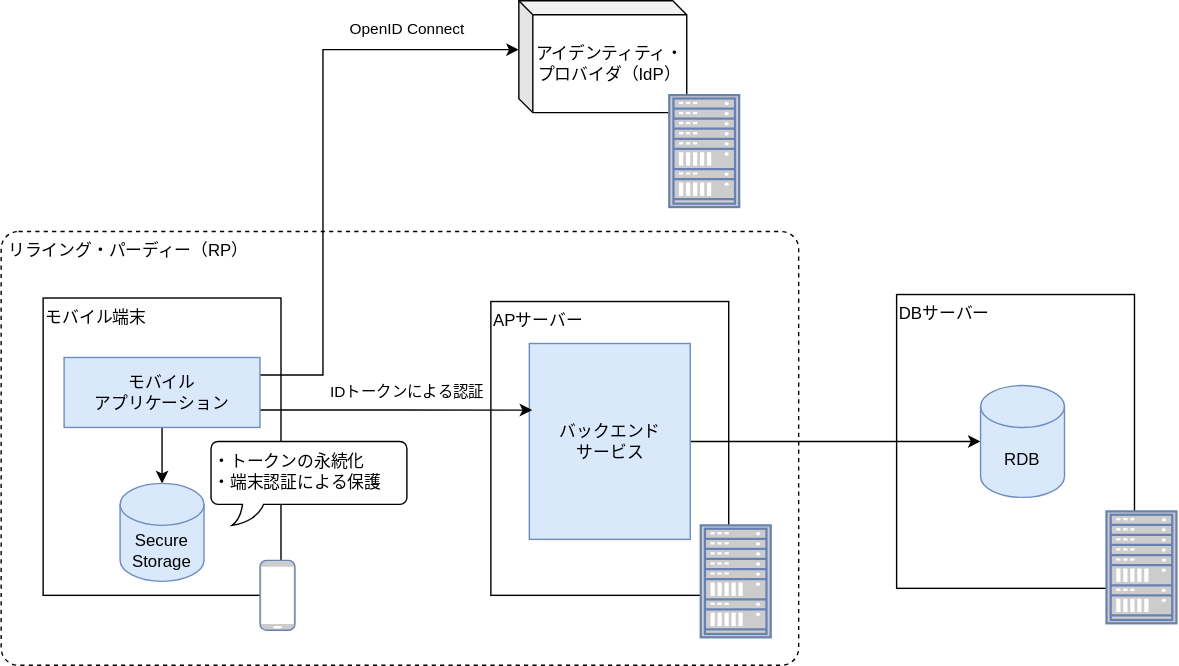
Earlier version of the draw.io export docs/reference/auth/authn-with-backend-using-OIDC-and-device-authn-architecture.svg (ws-4020/mobile-app-crib-notes). Source tidied: cells renumbered, new cells last; positions are measured from the earlier drawing's top-left corner, leaving out a move shared by most shapes. Source of this version:
```xml
<mxGraphModel background="#ffffff">
  <root>
    <mxCell id="0" />
    <mxCell id="1" parent="0" />
    <mxCell id="2" value="&lt;span&gt;&amp;nbsp;リライング・パーディー（RP）&lt;/span&gt;" style="rounded=1;whiteSpace=wrap;html=1;dashed=1;align=left;verticalAlign=top;arcSize=4;" parent="1" vertex="1">
      <mxGeometry y="165" width="570" height="310" as="geometry" />
    </mxCell>
    <mxCell id="3" value="モバイル端末" style="rounded=0;whiteSpace=wrap;html=1;align=left;verticalAlign=top;" parent="1" vertex="1">
      <mxGeometry x="30" y="212.5" width="170" height="212.5" as="geometry" />
    </mxCell>
    <mxCell id="4" value="DBサーバー" style="rounded=0;whiteSpace=wrap;html=1;align=left;verticalAlign=top;" parent="1" vertex="1">
      <mxGeometry x="640" y="210" width="170" height="210" as="geometry" />
    </mxCell>
    <mxCell id="5" value="APサーバー" style="rounded=0;whiteSpace=wrap;html=1;align=left;verticalAlign=top;" parent="1" vertex="1">
      <mxGeometry x="350" y="215" width="170" height="210" as="geometry" />
    </mxCell>
    <mxCell id="6" style="edgeStyle=orthogonalEdgeStyle;rounded=0;jettySize=auto;html=1;entryX=0;entryY=0.5;entryDx=0;entryDy=0;entryPerimeter=0;" parent="1" edge="1" source="7" target="8">
      <mxGeometry relative="1" as="geometry" />
    </mxCell>
    <mxCell id="7" value="バックエンド&lt;br&gt;サービス" style="rounded=0;whiteSpace=wrap;html=1;fillColor=#dae8fc;strokeColor=#6c8ebf;" parent="1" vertex="1">
      <mxGeometry x="377.5" y="245" width="115" height="140" as="geometry" />
    </mxCell>
    <mxCell id="8" value="RDB" style="shape=cylinder3;whiteSpace=wrap;html=1;boundedLbl=1;backgroundOutline=1;size=15;align=center;fillColor=#dae8fc;strokeColor=#6c8ebf;" parent="1" vertex="1">
      <mxGeometry x="700" y="275" width="60" height="80" as="geometry" />
    </mxCell>
    <mxCell id="9" style="fontColor=#0066CC;verticalAlign=top;verticalLabelPosition=bottom;labelPosition=center;align=center;html=1;fillColor=#CCCCCC;strokeColor=#6881B3;gradientColor=none;gradientDirection=north;strokeWidth=2;shape=mxgraph.networks.rack;" parent="1" vertex="1">
      <mxGeometry x="790" y="365" width="50" height="80" as="geometry" />
    </mxCell>
    <mxCell id="10" style="edgeStyle=orthogonalEdgeStyle;rounded=0;jettySize=auto;html=1;entryX=0.018;entryY=0.34;entryDx=0;entryDy=0;exitX=1;exitY=0.75;exitDx=0;exitDy=0;entryPerimeter=0;" parent="1" edge="1" source="15" target="7">
      <mxGeometry relative="1" as="geometry" />
    </mxCell>
    <mxCell id="11" value="IDトークンによる認証" style="edgeLabel;html=1;align=center;verticalAlign=middle;" parent="10" vertex="1">
      <mxGeometry x="0.23" y="6" relative="1" as="geometry">
        <mxPoint x="-15.7" y="-6.7" as="offset" />
      </mxGeometry>
    </mxCell>
    <mxCell id="12" style="edgeStyle=orthogonalEdgeStyle;rounded=0;jettySize=auto;html=1;entryX=0;entryY=0;entryDx=0;entryDy=35;entryPerimeter=0;exitX=1;exitY=0.25;exitDx=0;exitDy=0;" parent="1" edge="1" source="15" target="16">
      <mxGeometry relative="1" as="geometry">
        <Array as="points">
          <mxPoint x="230" y="268" />
          <mxPoint x="230" y="35" />
        </Array>
      </mxGeometry>
    </mxCell>
    <mxCell id="13" value="OpenID Connect" style="edgeLabel;html=1;align=center;verticalAlign=middle;" parent="12" vertex="1">
      <mxGeometry x="0.29" y="-4" relative="1" as="geometry">
        <mxPoint x="56" y="-23.5" as="offset" />
      </mxGeometry>
    </mxCell>
    <mxCell id="14" style="edgeStyle=orthogonalEdgeStyle;rounded=0;jettySize=auto;html=1;" parent="1" edge="1" source="15" target="20">
      <mxGeometry relative="1" as="geometry" />
    </mxCell>
    <mxCell id="15" value="モバイル&lt;br&gt;アプリケーション" style="rounded=0;whiteSpace=wrap;html=1;fillColor=#dae8fc;strokeColor=#6c8ebf;" parent="1" vertex="1">
      <mxGeometry x="45" y="255" width="140" height="50" as="geometry" />
    </mxCell>
    <mxCell id="16" value="&lt;span&gt;アイデンティティ・プロバイダ（IdP）&lt;/span&gt;" style="shape=cube;whiteSpace=wrap;html=1;boundedLbl=1;backgroundOutline=1;darkOpacity=0.05;darkOpacity2=0.1;size=10;" parent="1" vertex="1">
      <mxGeometry x="370" width="120" height="80" as="geometry" />
    </mxCell>
    <mxCell id="17" style="fontColor=#0066CC;verticalAlign=top;verticalLabelPosition=bottom;labelPosition=center;align=center;html=1;fillColor=#CCCCCC;strokeColor=#6881B3;gradientColor=none;gradientDirection=north;strokeWidth=2;shape=mxgraph.networks.rack;" parent="1" vertex="1">
      <mxGeometry x="500" y="375" width="50" height="80" as="geometry" />
    </mxCell>
    <mxCell id="18" style="fontColor=#0066CC;verticalAlign=top;verticalLabelPosition=bottom;labelPosition=center;align=center;html=1;fillColor=#CCCCCC;strokeColor=#6881B3;gradientColor=none;gradientDirection=north;strokeWidth=2;shape=mxgraph.networks.rack;" parent="1" vertex="1">
      <mxGeometry x="477.5" y="67.5" width="50" height="80" as="geometry" />
    </mxCell>
    <mxCell id="19" style="fontColor=#0066CC;verticalAlign=top;verticalLabelPosition=bottom;labelPosition=center;align=center;html=1;fillColor=#CCCCCC;strokeColor=#6881B3;gradientColor=none;gradientDirection=north;strokeWidth=2;shape=mxgraph.networks.mobile;" parent="1" vertex="1">
      <mxGeometry x="185" y="400" width="25" height="50" as="geometry" />
    </mxCell>
    <mxCell id="20" value="Secure&lt;br&gt;Storage" style="shape=cylinder3;whiteSpace=wrap;html=1;boundedLbl=1;backgroundOutline=1;size=15;align=center;fillColor=#dae8fc;strokeColor=#6c8ebf;" parent="1" vertex="1">
      <mxGeometry x="85" y="345" width="60" height="70" as="geometry" />
    </mxCell>
    <mxCell id="21" value="・トークンの永続化&lt;br&gt;・端末認証による保護" style="whiteSpace=wrap;html=1;shape=mxgraph.basic.roundRectCallout;dx=30;dy=15;size=5;boundedLbl=1;align=left;" parent="1" vertex="1">
      <mxGeometry x="150" y="315" width="140" height="60" as="geometry" />
    </mxCell>
  </root>
</mxGraphModel>
```
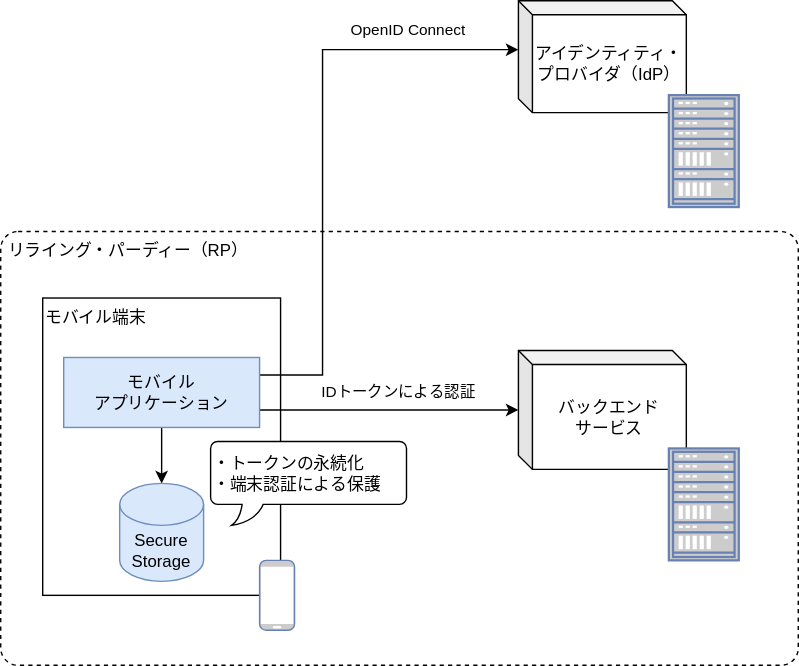
The same diagram one commit later.

The edit, as a diff of the source:
```diff
@@ -8,25 +8,7 @@
     <mxCell id="3" value="モバイル端末" style="rounded=0;whiteSpace=wrap;html=1;align=left;verticalAlign=top;" parent="1" vertex="1">
       <mxGeometry x="30" y="212.5" width="170" height="212.5" as="geometry" />
     </mxCell>
-    <mxCell id="4" value="DBサーバー" style="rounded=0;whiteSpace=wrap;html=1;align=left;verticalAlign=top;" parent="1" vertex="1">
-      <mxGeometry x="640" y="210" width="170" height="210" as="geometry" />
-    </mxCell>
-    <mxCell id="5" value="APサーバー" style="rounded=0;whiteSpace=wrap;html=1;align=left;verticalAlign=top;" parent="1" vertex="1">
-      <mxGeometry x="350" y="215" width="170" height="210" as="geometry" />
-    </mxCell>
-    <mxCell id="6" style="edgeStyle=orthogonalEdgeStyle;rounded=0;jettySize=auto;html=1;entryX=0;entryY=0.5;entryDx=0;entryDy=0;entryPerimeter=0;" parent="1" edge="1" source="7" target="8">
-      <mxGeometry relative="1" as="geometry" />
-    </mxCell>
-    <mxCell id="7" value="バックエンド&lt;br&gt;サービス" style="rounded=0;whiteSpace=wrap;html=1;fillColor=#dae8fc;strokeColor=#6c8ebf;" parent="1" vertex="1">
-      <mxGeometry x="377.5" y="245" width="115" height="140" as="geometry" />
-    </mxCell>
-    <mxCell id="8" value="RDB" style="shape=cylinder3;whiteSpace=wrap;html=1;boundedLbl=1;backgroundOutline=1;size=15;align=center;fillColor=#dae8fc;strokeColor=#6c8ebf;" parent="1" vertex="1">
-      <mxGeometry x="700" y="275" width="60" height="80" as="geometry" />
-    </mxCell>
-    <mxCell id="9" style="fontColor=#0066CC;verticalAlign=top;verticalLabelPosition=bottom;labelPosition=center;align=center;html=1;fillColor=#CCCCCC;strokeColor=#6881B3;gradientColor=none;gradientDirection=north;strokeWidth=2;shape=mxgraph.networks.rack;" parent="1" vertex="1">
-      <mxGeometry x="790" y="365" width="50" height="80" as="geometry" />
-    </mxCell>
-    <mxCell id="10" style="edgeStyle=orthogonalEdgeStyle;rounded=0;jettySize=auto;html=1;entryX=0.018;entryY=0.34;entryDx=0;entryDy=0;exitX=1;exitY=0.75;exitDx=0;exitDy=0;entryPerimeter=0;" parent="1" edge="1" source="15" target="7">
+    <mxCell id="10" style="edgeStyle=orthogonalEdgeStyle;rounded=0;jettySize=auto;html=1;exitX=1;exitY=0.75;exitDx=0;exitDy=0;" parent="1" edge="1" source="15" target="7">
       <mxGeometry relative="1" as="geometry" />
     </mxCell>
     <mxCell id="11" value="IDトークンによる認証" style="edgeLabel;html=1;align=center;verticalAlign=middle;" parent="10" vertex="1">
@@ -56,9 +38,6 @@
     <mxCell id="16" value="&lt;span&gt;アイデンティティ・プロバイダ（IdP）&lt;/span&gt;" style="shape=cube;whiteSpace=wrap;html=1;boundedLbl=1;backgroundOutline=1;darkOpacity=0.05;darkOpacity2=0.1;size=10;" parent="1" vertex="1">
       <mxGeometry x="370" width="120" height="80" as="geometry" />
     </mxCell>
-    <mxCell id="17" style="fontColor=#0066CC;verticalAlign=top;verticalLabelPosition=bottom;labelPosition=center;align=center;html=1;fillColor=#CCCCCC;strokeColor=#6881B3;gradientColor=none;gradientDirection=north;strokeWidth=2;shape=mxgraph.networks.rack;" parent="1" vertex="1">
-      <mxGeometry x="500" y="375" width="50" height="80" as="geometry" />
-    </mxCell>
     <mxCell id="18" style="fontColor=#0066CC;verticalAlign=top;verticalLabelPosition=bottom;labelPosition=center;align=center;html=1;fillColor=#CCCCCC;strokeColor=#6881B3;gradientColor=none;gradientDirection=north;strokeWidth=2;shape=mxgraph.networks.rack;" parent="1" vertex="1">
       <mxGeometry x="477.5" y="67.5" width="50" height="80" as="geometry" />
     </mxCell>
@@ -71,5 +50,11 @@
     <mxCell id="21" value="・トークンの永続化&lt;br&gt;・端末認証による保護" style="whiteSpace=wrap;html=1;shape=mxgraph.basic.roundRectCallout;dx=30;dy=15;size=5;boundedLbl=1;align=left;" parent="1" vertex="1">
       <mxGeometry x="150" y="315" width="140" height="60" as="geometry" />
     </mxCell>
+    <mxCell id="7" value="バックエンド&lt;br&gt;サービス" style="shape=cube;whiteSpace=wrap;html=1;boundedLbl=1;backgroundOutline=1;darkOpacity=0.05;darkOpacity2=0.1;size=10;" parent="1" vertex="1">
+      <mxGeometry x="370" y="250" width="120" height="85" as="geometry" />
+    </mxCell>
+    <mxCell id="17" style="fontColor=#0066CC;verticalAlign=top;verticalLabelPosition=bottom;labelPosition=center;align=center;html=1;fillColor=#CCCCCC;strokeColor=#6881B3;gradientColor=none;gradientDirection=north;strokeWidth=2;shape=mxgraph.networks.rack;" parent="1" vertex="1">
+      <mxGeometry x="477.5" y="320" width="50" height="80" as="geometry" />
+    </mxCell>
   </root>
 </mxGraphModel>
```
